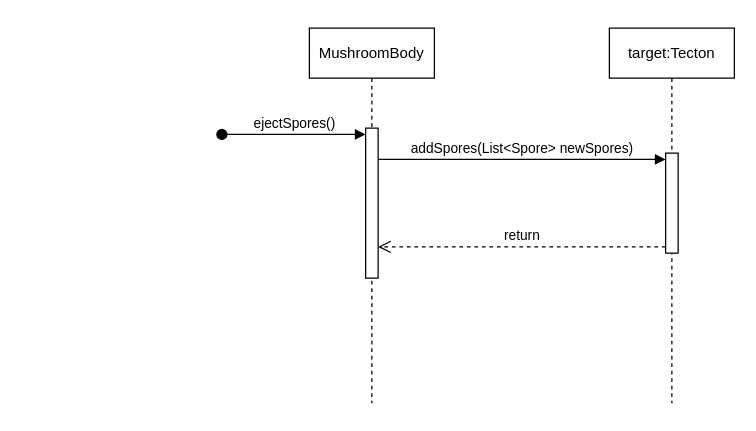
koharzsombor/bandITs keeps this draw.io diagram as page "MushroomBodyEjectSpore" (4 of 5) of SekvenciaDiagrammok.drawio. Above is the earlier version. Source tidied: cells renumbered, new cells numbered last; positions are measured from the earlier drawing's top-left corner, leaving out a move shared by most shapes. Both pictures are drawn from the tidied source at 125%, with x=0, y=0 at pixel (221, 28).
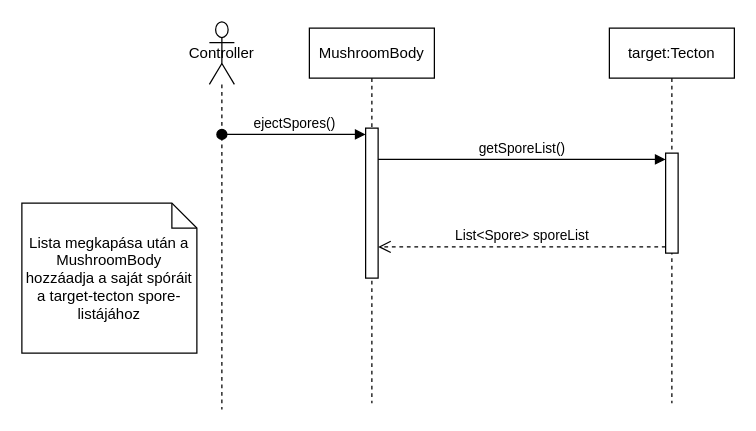
The same page after the edit.

The edit, as a diff of the source:
```diff
@@
 <mxGraphModel>
   <root>
     <mxCell id="0" />
     <mxCell id="1" parent="0" />
     <mxCell id="2" value="MushroomBody" style="shape=umlLifeline;perimeter=lifelinePerimeter;whiteSpace=wrap;html=1;newEdgeStyle={&quot;curved&quot;:0,&quot;rounded&quot;:0};" parent="1" vertex="1">
       <mxGeometry x="70" width="100" height="300" as="geometry" />
     </mxCell>
     <mxCell id="3" style="html=1;points=[[0,0,0,0,5],[0,1,0,0,-5],[1,0,0,0,5],[1,1,0,0,-5]];perimeter=orthogonalPerimeter;outlineConnect=0;targetShapes=umlLifeline;portConstraint=eastwest;newEdgeStyle={&quot;curved&quot;:0,&quot;rounded&quot;:0};" parent="2" vertex="1">
       <mxGeometry x="45" y="80" width="10" height="120" as="geometry" />
     </mxCell>
     <mxCell id="4" value="ejectSpores()" style="html=1;verticalAlign=bottom;startArrow=oval;endArrow=block;startSize=8;curved=0;rounded=0;entryX=0;entryY=0;entryDx=0;entryDy=5;" parent="2" edge="1" target="3">
       <mxGeometry relative="1" as="geometry">
         <mxPoint x="-70" y="85" as="sourcePoint" />
       </mxGeometry>
     </mxCell>
-    <mxCell id="5" value="addSpores(List&amp;lt;Spore&amp;gt; newSpores)" style="html=1;verticalAlign=bottom;endArrow=block;curved=0;rounded=0;entryX=0;entryY=0;entryDx=0;entryDy=5;" parent="1" edge="1" source="3" target="8">
+    <mxCell id="5" value="getSporeList()" style="html=1;verticalAlign=bottom;endArrow=block;curved=0;rounded=0;entryX=0;entryY=0;entryDx=0;entryDy=5;" parent="1" edge="1" source="3" target="8">
       <mxGeometry relative="1" as="geometry" />
     </mxCell>
-    <mxCell id="6" value="return" style="html=1;verticalAlign=bottom;endArrow=open;dashed=1;endSize=8;curved=0;rounded=0;exitX=0;exitY=1;exitDx=0;exitDy=-5;" parent="1" edge="1" source="8" target="3">
+    <mxCell id="6" value="List&amp;lt;Spore&amp;gt; sporeList" style="html=1;verticalAlign=bottom;endArrow=open;dashed=1;endSize=8;curved=0;rounded=0;exitX=0;exitY=1;exitDx=0;exitDy=-5;" parent="1" edge="1" source="8" target="3">
       <mxGeometry relative="1" as="geometry" />
     </mxCell>
     <mxCell id="7" value="target:Tecton" style="shape=umlLifeline;perimeter=lifelinePerimeter;whiteSpace=wrap;html=1;newEdgeStyle={&quot;curved&quot;:0,&quot;rounded&quot;:0};" parent="1" vertex="1">
       <mxGeometry x="310" width="100" height="300" as="geometry" />
     </mxCell>
     <mxCell id="8" style="html=1;points=[[0,0,0,0,5],[0,1,0,0,-5],[1,0,0,0,5],[1,1,0,0,-5]];perimeter=orthogonalPerimeter;outlineConnect=0;targetShapes=umlLifeline;portConstraint=eastwest;newEdgeStyle={&quot;curved&quot;:0,&quot;rounded&quot;:0};" parent="7" vertex="1">
       <mxGeometry x="45" y="100" width="10" height="80" as="geometry" />
     </mxCell>
+    <mxCell id="9" value="Controller" style="shape=umlLifeline;perimeter=lifelinePerimeter;whiteSpace=wrap;html=1;newEdgeStyle={&quot;curved&quot;:0,&quot;rounded&quot;:0};participant=umlActor;size=50;" parent="1" vertex="1">
+      <mxGeometry x="-10" y="-5" width="20" height="310" as="geometry" />
+    </mxCell>
+    <mxCell id="10" value="Lista megkapása után a MushroomBody hozzáadja a saját spóráit a target-tecton spore-listájához" style="shape=note;size=20;whiteSpace=wrap;html=1;" parent="1" vertex="1">
+      <mxGeometry x="-160" y="140" width="140" height="120" as="geometry" />
+    </mxCell>
   </root>
 </mxGraphModel>
```
